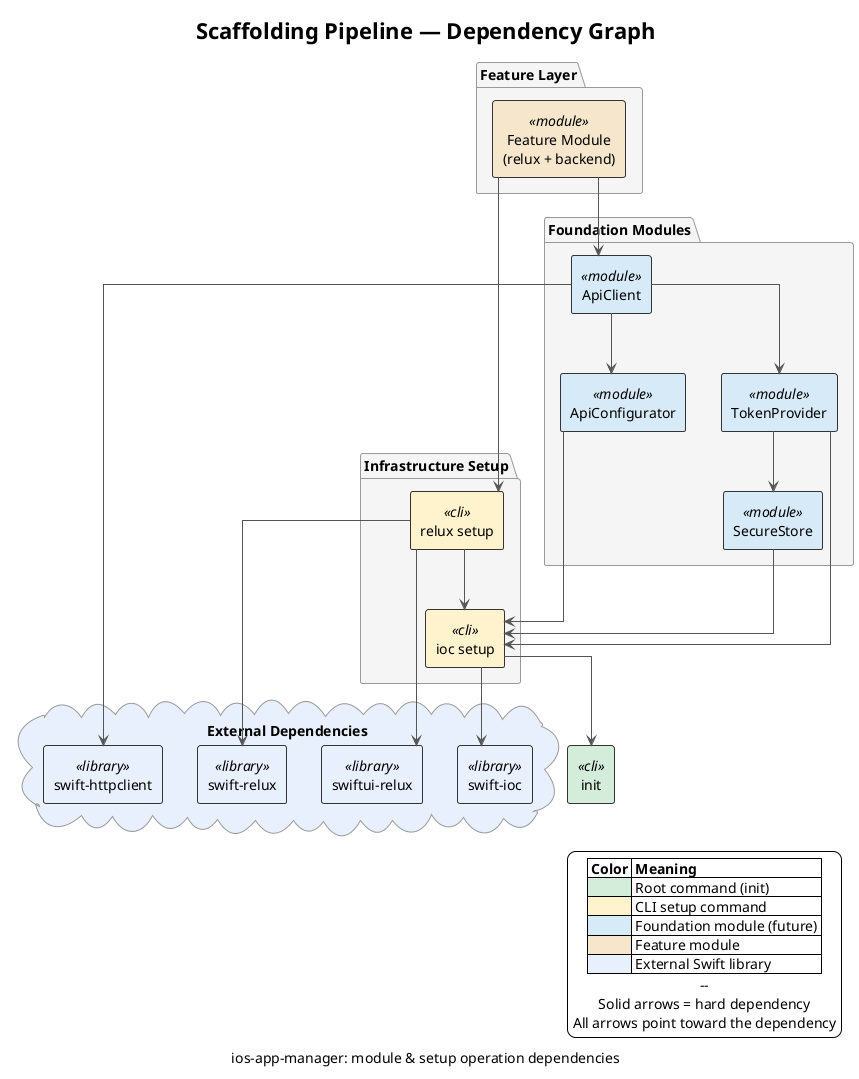
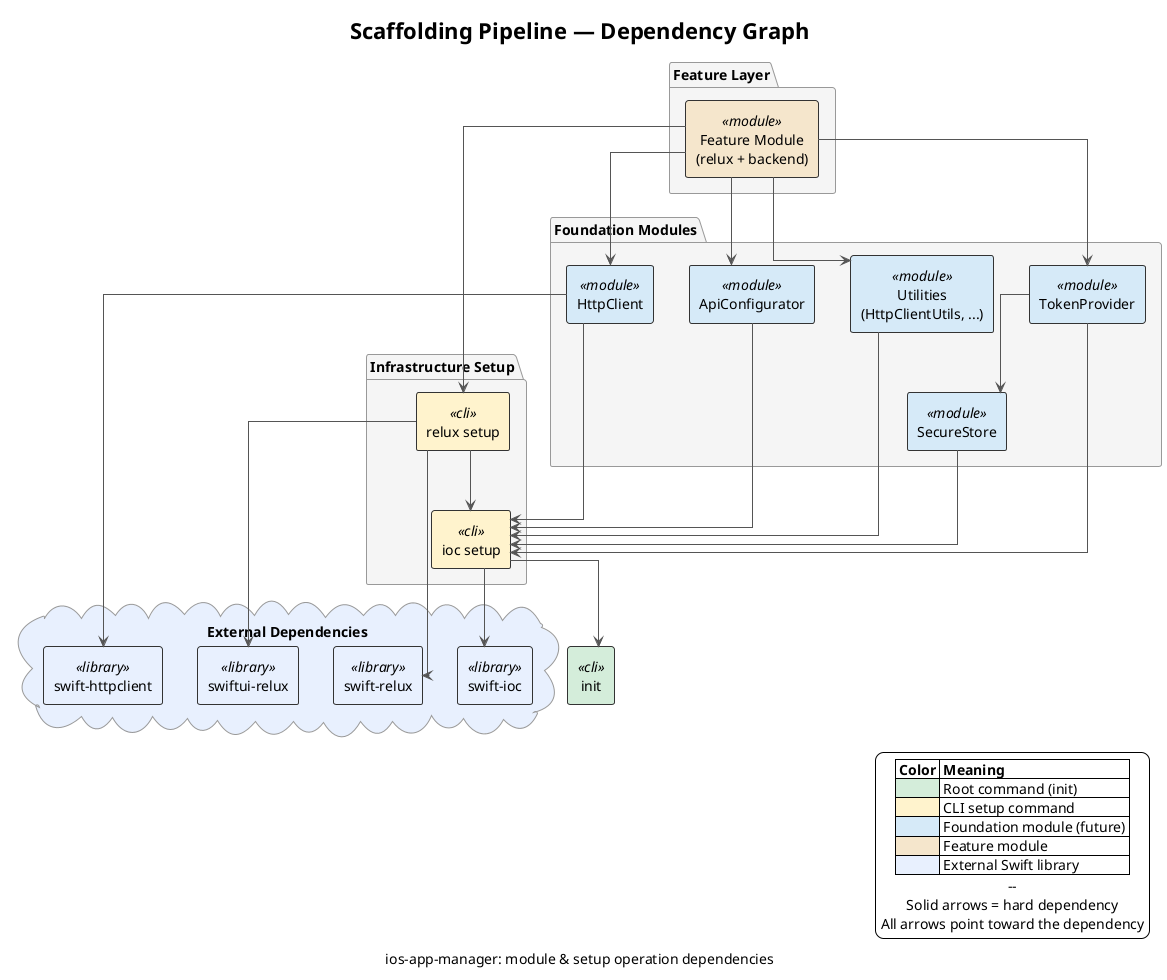
@startuml scaffolding-pipeline
!theme plain

title Scaffolding Pipeline — Dependency Graph
caption ios-app-manager: module & setup operation dependencies

skinparam componentStyle rectangle
skinparam defaultTextAlignment center
skinparam linetype ortho

skinparam component {
  BackgroundColor #FAFAFA
  BorderColor #333333
  ArrowColor #555555
}

skinparam package {
  BackgroundColor #F5F5F5
  BorderColor #999999
}

' ──────────────────────────────────────
'  External Swift Libraries
' ──────────────────────────────────────
cloud "External Dependencies" as ExtDeps #E8F0FE {
  [swift-ioc] as SwiftIoC <<library>> #E8F0FE
  [swift-relux] as SwiftRelux <<library>> #E8F0FE
  [swiftui-relux] as SwiftUIRelux <<library>> #E8F0FE
  [swift-httpclient] as SwiftHTTP <<library>> #E8F0FE
}

' ──────────────────────────────────────
'  Root
' ──────────────────────────────────────
[init] as Init <<cli>> #D4EDDA

' ──────────────────────────────────────
'  Infrastructure Setup Commands
' ──────────────────────────────────────
package "Infrastructure Setup" as InfraSetup {
  [ioc setup] as IoCSetup <<cli>> #FFF3CD
  [relux setup] as ReluxSetup <<cli>> #FFF3CD
}

' ──────────────────────────────────────
'  Foundation Modules (future)
' ──────────────────────────────────────
package "Foundation Modules" as FoundationMods {
  [SecureStore] as SecureStore <<module>> #D6EAF8
  [TokenProvider] as TokenProvider <<module>> #D6EAF8
  [ApiConfigurator] as ApiConfigurator <<module>> #D6EAF8
-   [ApiClient] as ApiClient <<module>> #D6EAF8
+   [HttpClient] as HttpClient <<module>> #D6EAF8
+   [Utilities\n(HttpClientUtils, ...)] as Utilities <<module>> #D6EAF8
}

' ──────────────────────────────────────
'  Feature Layer
' ──────────────────────────────────────
package "Feature Layer" as FeatureLayer {
  [Feature Module\n(relux + backend)] as FeatureModule <<module>> #F5E6CC
}

' ──────────────────────────────────────
'  Hard Dependencies (solid arrows)
' ──────────────────────────────────────

' init is the root
IoCSetup --> Init

' ioc setup pulls in swift-ioc
IoCSetup --> SwiftIoC

' relux setup depends on ioc setup + external libs
ReluxSetup --> IoCSetup
ReluxSetup --> SwiftRelux
ReluxSetup --> SwiftUIRelux

' SecureStore depends on ioc (Keychain wrapper, registered in IoC)
SecureStore --> IoCSetup

' TokenProvider is a regular module, depends on ioc + SecureStore
TokenProvider --> IoCSetup
TokenProvider --> SecureStore

' ApiConfigurator depends on ioc
ApiConfigurator --> IoCSetup

- ' ApiClient depends on ApiConfigurator + TokenProvider + external HTTP lib
- ApiClient --> ApiConfigurator
- ApiClient --> TokenProvider
- ApiClient --> SwiftHTTP
+ ' HttpClient (base) is a plain transport wrapper
+ HttpClient --> SwiftHTTP
+ HttpClient --> IoCSetup

- ' Feature module depends on relux setup + ApiClient
+ ' Utilities (HttpClientUtils, etc.) depends on ioc only
+ Utilities --> IoCSetup
+ 
+ ' Feature module (relux + backend) assembles its own API client from:
+ '   HttpClient (transport) + TokenProvider (auth) + ApiConfigurator (URLs/config)
+ '   + Utilities (headers, encoders/decoders)
+ '   All injected via protocols on init
FeatureModule --> ReluxSetup
- FeatureModule --> ApiClient
+ FeatureModule --> HttpClient
+ FeatureModule --> TokenProvider
+ FeatureModule --> ApiConfigurator
+ FeatureModule --> Utilities

' ──────────────────────────────────────
'  Legend
' ──────────────────────────────────────
legend right
  |= Color |= Meaning |
  | <#D4EDDA> | Root command (init) |
  | <#FFF3CD> | CLI setup command |
  | <#D6EAF8> | Foundation module (future) |
  | <#F5E6CC> | Feature module |
  | <#E8F0FE> | External Swift library |
  --
  Solid arrows = hard dependency
  All arrows point toward the dependency
endlegend

@enduml
